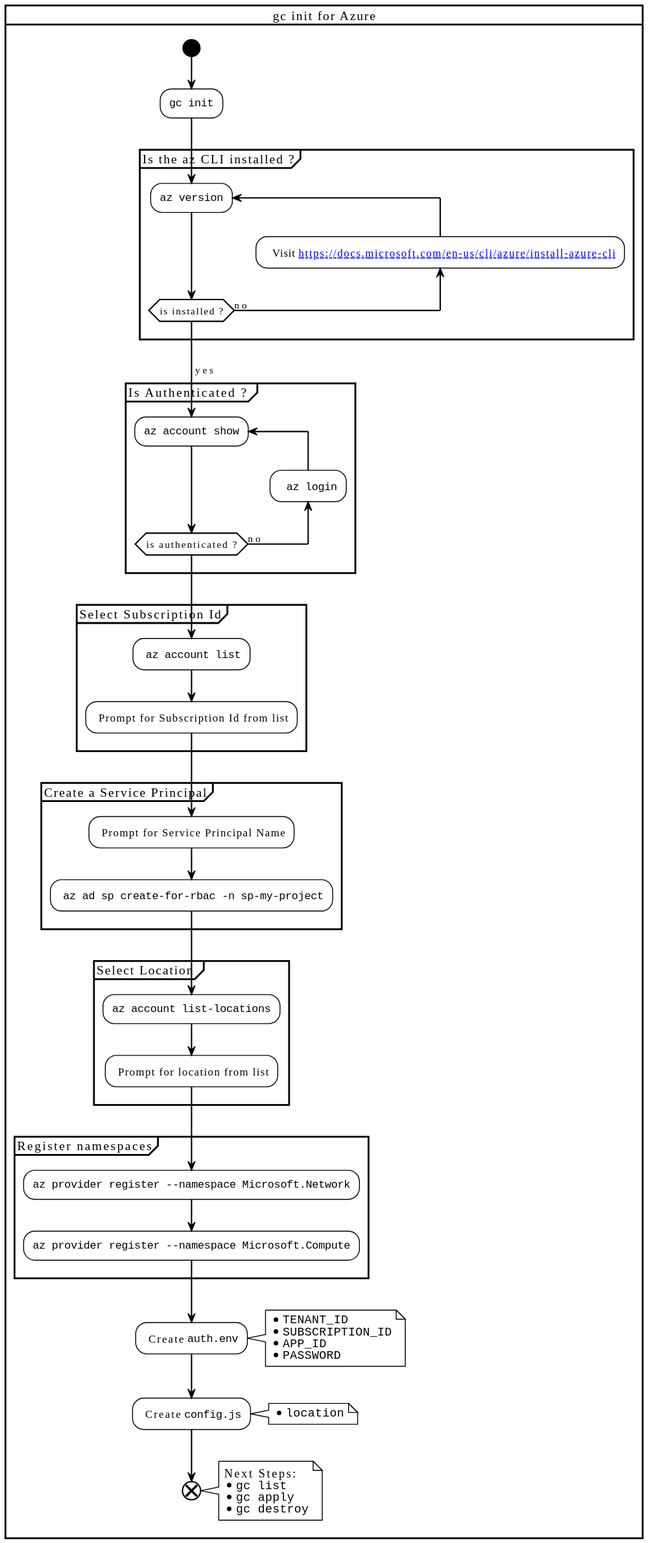
This is docusaurus/plantuml/gc-init-azure.svg from grucloud/grucloud, a PlantUML export, as it was before one commit.
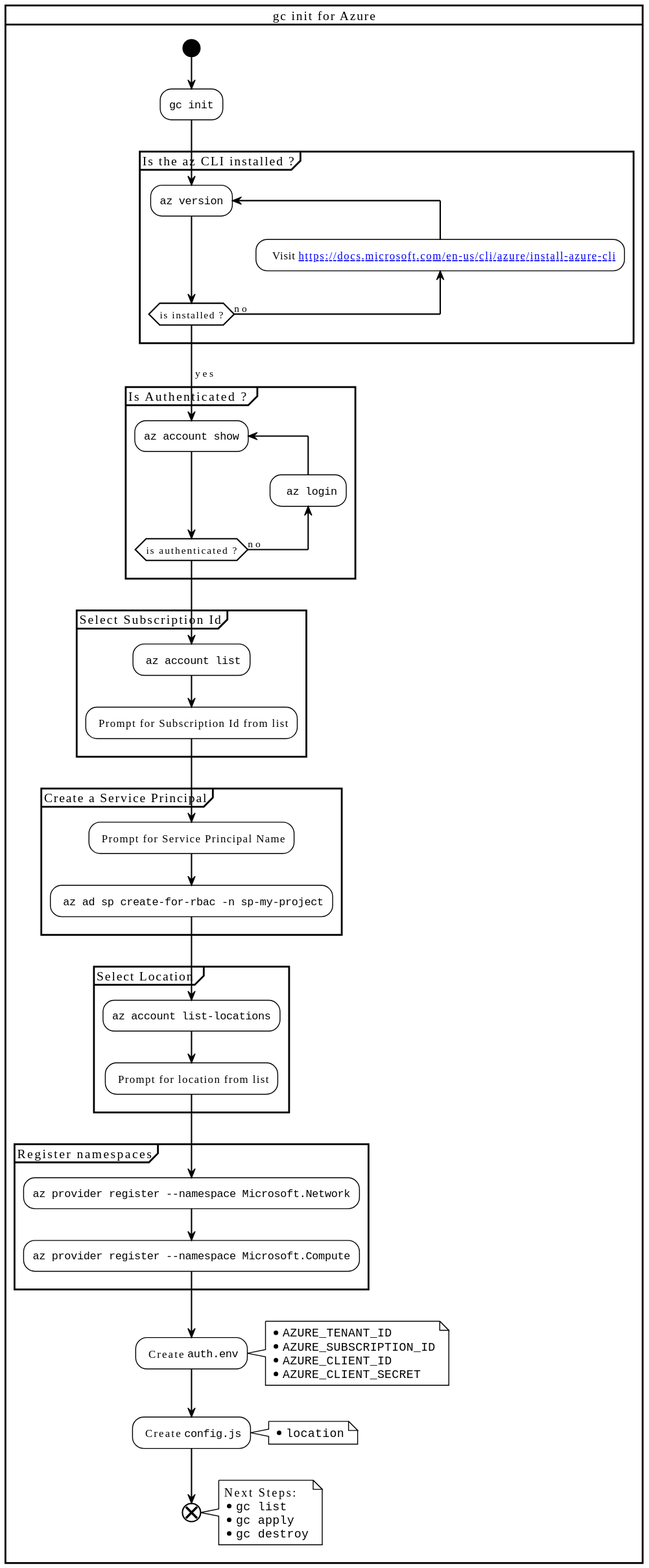
Above is the later version.

Commit message:
update new azure env in puml

Change to the diagram source:
```diff
@@ -47,10 +47,10 @@
 
 : Create ""auth.env"";
 note right
-* ""TENANT_ID""
-* ""SUBSCRIPTION_ID""
-* ""APP_ID""
-* ""PASSWORD""
+* ""AZURE_TENANT_ID""
+* ""AZURE_SUBSCRIPTION_ID""
+* ""AZURE_CLIENT_ID""
+* ""AZURE_CLIENT_SECRET""
 end note
 
 : Create ""config.js"";
```
